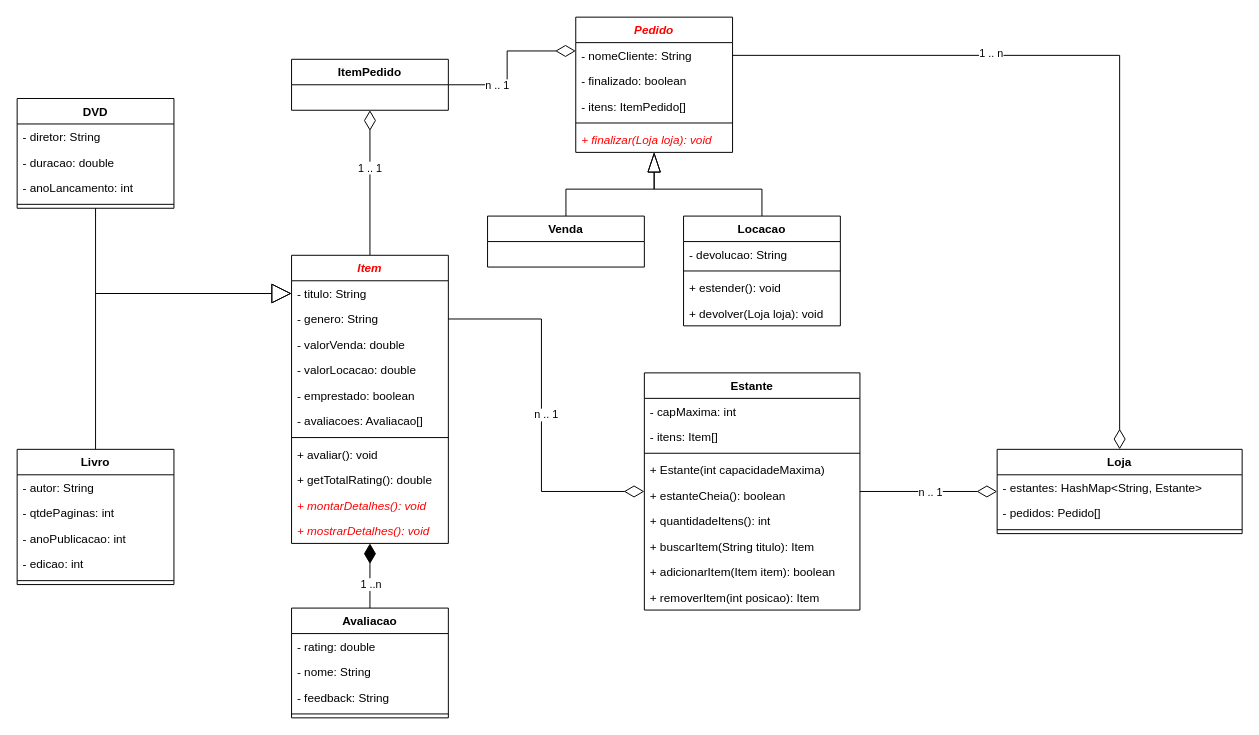
hannaBanannaOF/entra21-git-inicio keeps this draw.io diagram as page "Livraria" (3 of 8) of diagramas.drawio. Above is the earlier version. Source tidied: cells renumbered, new cells numbered last; positions are measured from the earlier drawing's top-left corner, leaving out a move shared by most shapes. Both pictures are drawn from the tidied source at 98%, with x=0, y=0 at pixel (17, 17).
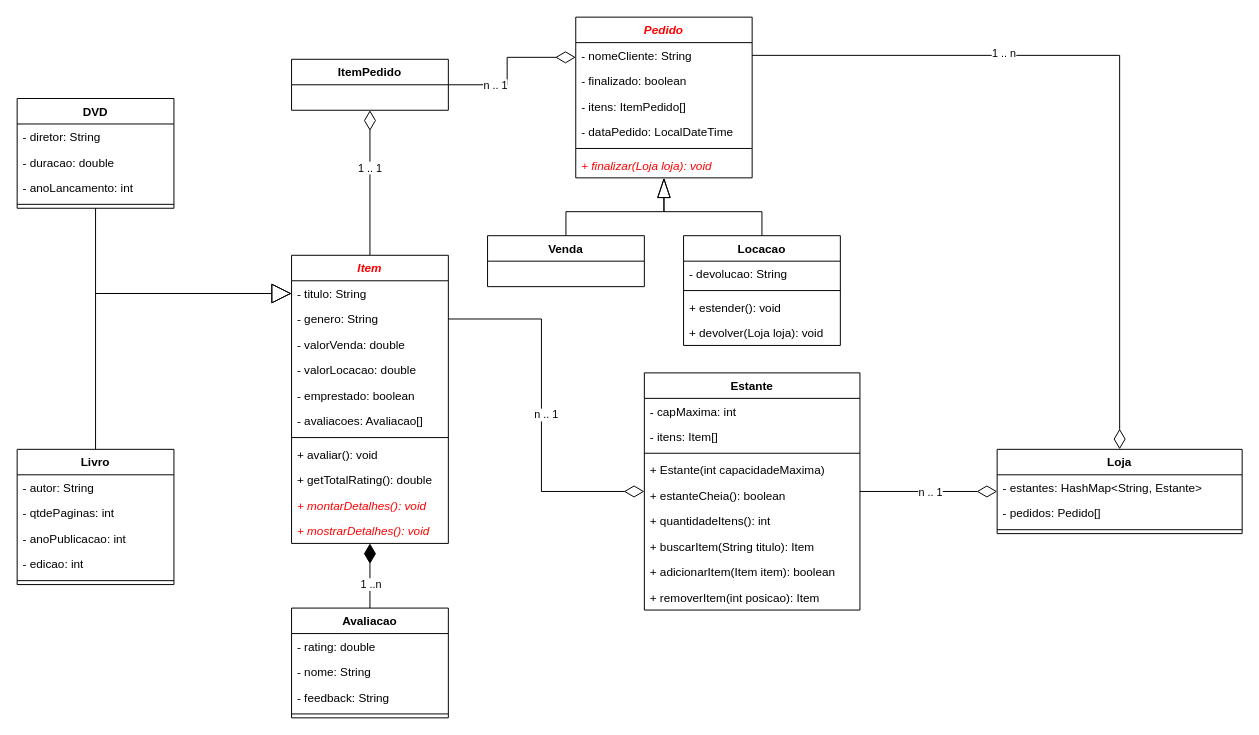
Above is the later version.

What changed in the source:
```diff
@@
     <mxCell id="31" value="Venda" style="swimlane;fontStyle=1;align=center;verticalAlign=top;horizontal=1;startSize=26;" parent="1" vertex="1">
-      <mxGeometry x="480" y="203" width="160" height="52" as="geometry" />
+      <mxGeometry x="480" y="223" width="160" height="52" as="geometry" />
     </mxCell>
@@
     <mxCell id="33" value="Locacao" style="swimlane;fontStyle=1;align=center;verticalAlign=top;horizontal=1;startSize=26;" parent="1" vertex="1">
-      <mxGeometry x="680" y="203" width="160" height="112" as="geometry" />
+      <mxGeometry x="680" y="223" width="160" height="112" as="geometry" />
     </mxCell>
@@
     <mxCell id="62" value="Pedido" style="swimlane;fontStyle=3;align=center;verticalAlign=top;horizontal=1;startSize=26;fontColor=#FF0000;" parent="1" vertex="1">
-      <mxGeometry x="570" width="160" height="138" as="geometry" />
+      <mxGeometry x="570" width="180" height="164" as="geometry" />
     </mxCell>
     <mxCell id="63" value="- nomeCliente: String" style="text;strokeColor=none;fillColor=none;align=left;verticalAlign=top;spacingLeft=4;spacingRight=4;overflow=hidden;points=[[0,0.5],[1,0.5]];portConstraint=eastwest;" parent="62" vertex="1">
-      <mxGeometry y="26" width="160" height="26" as="geometry" />
+      <mxGeometry y="26" width="180" height="26" as="geometry" />
     </mxCell>
     <mxCell id="64" value="- finalizado: boolean" style="text;strokeColor=none;fillColor=none;align=left;verticalAlign=top;spacingLeft=4;spacingRight=4;overflow=hidden;" parent="62" vertex="1">
-      <mxGeometry y="52" width="160" height="26" as="geometry" />
+      <mxGeometry y="52" width="180" height="26" as="geometry" />
     </mxCell>
     <mxCell id="65" value="- itens: ItemPedido[]" style="text;strokeColor=none;fillColor=none;align=left;verticalAlign=top;spacingLeft=4;spacingRight=4;overflow=hidden;" parent="62" vertex="1">
-      <mxGeometry y="78" width="160" height="26" as="geometry" />
+      <mxGeometry y="78" width="180" height="26" as="geometry" />
     </mxCell>
+    <mxCell id="73" value="- dataPedido: LocalDateTime" style="text;strokeColor=none;fillColor=none;align=left;verticalAlign=top;spacingLeft=4;spacingRight=4;overflow=hidden;" parent="62" vertex="1">
+      <mxGeometry y="104" width="180" height="26" as="geometry" />
+    </mxCell>
     <mxCell id="66" style="line;strokeWidth=1;fillColor=none;align=left;verticalAlign=middle;spacingTop=-1;spacingLeft=3;spacingRight=3;labelPosition=right;" parent="62" vertex="1">
-      <mxGeometry y="104" width="160" height="8" as="geometry" />
+      <mxGeometry y="130" width="180" height="8" as="geometry" />
     </mxCell>
     <mxCell id="67" value="+ finalizar(Loja loja): void" style="text;strokeColor=none;fillColor=none;align=left;verticalAlign=top;spacingLeft=4;spacingRight=4;overflow=hidden;fontStyle=2;fontColor=#FF0000;" parent="62" vertex="1">
-      <mxGeometry y="112" width="160" height="26" as="geometry" />
+      <mxGeometry y="138" width="180" height="26" as="geometry" />
     </mxCell>
```
